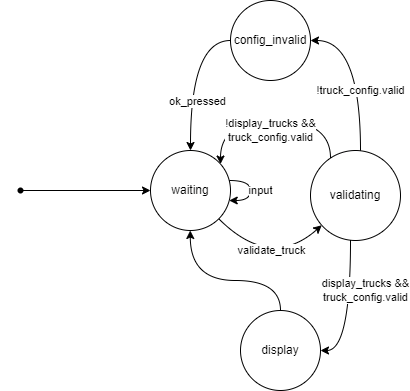
The draw.io diagram docs/SRS/images/use-case-1-sm.png in agentvv/MTOBridge, before a commit. Source tidied: cells renumbered, new cells last; positions are measured from the earlier drawing's top-left corner, leaving out a move shared by most shapes.
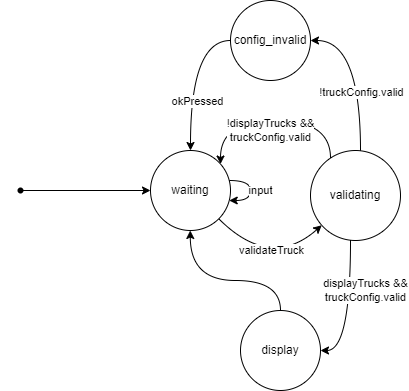
The same file after the commit.

The edit, as a diff of the source:
```diff
@@ -36,7 +36,7 @@
         </Array>
       </mxGeometry>
     </mxCell>
-    <mxCell id="10" value="display_trucks &amp;amp;&amp;amp;&lt;br&gt;truck_config.valid" style="edgeLabel;html=1;align=center;verticalAlign=middle;" parent="9" vertex="1">
+    <mxCell id="10" value="displayTrucks &amp;amp;&amp;amp;&lt;br&gt;truckConfig.valid" style="edgeLabel;html=1;align=center;verticalAlign=middle;" parent="9" vertex="1">
       <mxGeometry x="0.19" relative="1" as="geometry">
         <mxPoint x="15" y="-33" as="offset" />
       </mxGeometry>
@@ -48,7 +48,7 @@
         </Array>
       </mxGeometry>
     </mxCell>
-    <mxCell id="12" value="ok_pressed" style="edgeLabel;html=1;align=center;verticalAlign=middle;" parent="11" vertex="1">
+    <mxCell id="12" value="okPressed" style="edgeLabel;html=1;align=center;verticalAlign=middle;" parent="11" vertex="1">
       <mxGeometry x="0.09" y="7" relative="1" as="geometry">
         <mxPoint y="19" as="offset" />
       </mxGeometry>
@@ -56,8 +56,10 @@
     <mxCell id="13" value="config_invalid" style="ellipse;whiteSpace=wrap;html=1;" parent="1" vertex="1">
       <mxGeometry x="230" width="80" height="80" as="geometry" />
     </mxCell>
-    <mxCell id="14" value="!truck_config.valid" style="edgeLabel;html=1;align=center;verticalAlign=middle;" parent="1" vertex="1">
-      <mxGeometry x="360" y="90" as="geometry" />
+    <mxCell id="14" value="!truckConfig.valid" style="edgeLabel;html=1;align=center;verticalAlign=middle;" parent="1" vertex="1">
+      <mxGeometry x="360" y="90" as="geometry">
+        <mxPoint x="1" y="2" as="offset" />
+      </mxGeometry>
     </mxCell>
     <mxCell id="15" style="endArrow=classic;html=1;rounded=0;curved=1;" parent="1" edge="1" source="4" target="8">
       <mxGeometry relative="1" as="geometry">
@@ -66,7 +68,7 @@
         </Array>
       </mxGeometry>
     </mxCell>
-    <mxCell id="16" value="validate_truck" style="edgeLabel;html=1;align=center;verticalAlign=middle;" parent="15" vertex="1">
+    <mxCell id="16" value="validateTruck" style="edgeLabel;html=1;align=center;verticalAlign=middle;" parent="15" vertex="1">
       <mxGeometry x="0.26" y="13" relative="1" as="geometry">
         <mxPoint x="-3" as="offset" />
       </mxGeometry>
@@ -90,7 +92,7 @@
         </Array>
       </mxGeometry>
     </mxCell>
-    <mxCell id="20" value="!display_trucks &amp;amp;&amp;amp;&lt;br&gt;truck_config.valid" style="edgeLabel;html=1;align=center;verticalAlign=middle;" parent="19" vertex="1">
+    <mxCell id="20" value="!displayTrucks &amp;amp;&amp;amp;&lt;br&gt;truckConfig.valid" style="edgeLabel;html=1;align=center;verticalAlign=middle;" parent="19" vertex="1">
       <mxGeometry x="0.19" relative="1" as="geometry">
         <mxPoint x="16" y="10" as="offset" />
       </mxGeometry>
```
